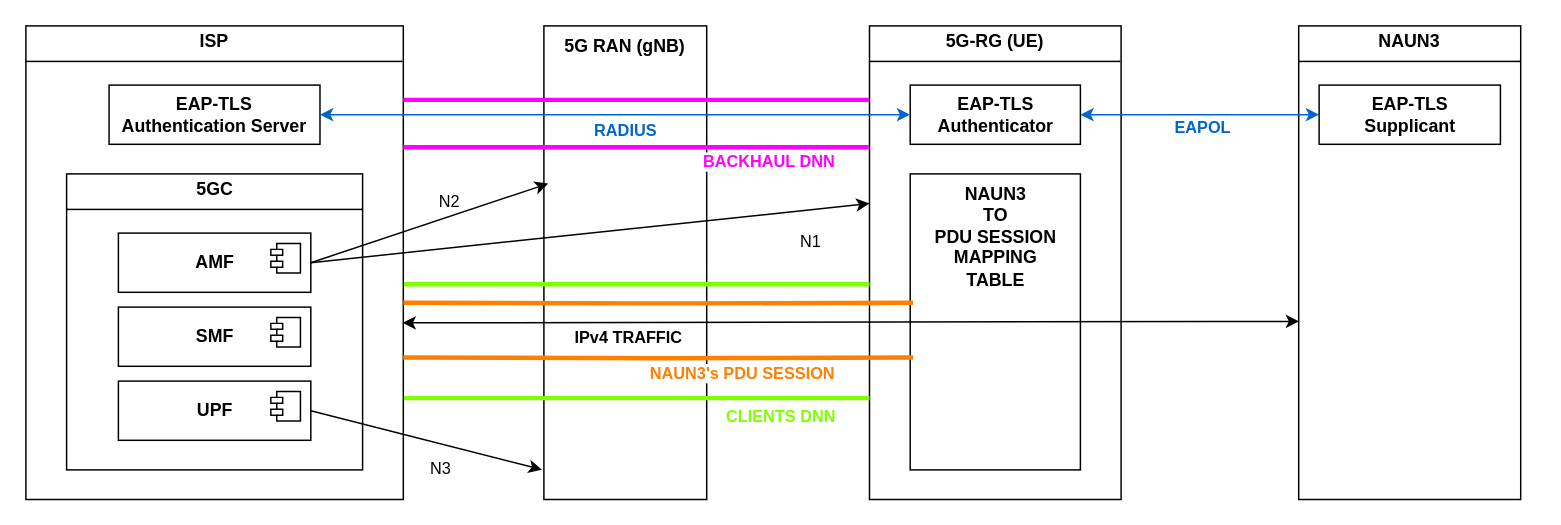
Before: page "General Topology" (1 of 4) of docs/5G Emulated Network/topology.drawio in davidjosearaujo/dissertation, a draw.io diagram. Source tidied: cells renumbered, new cells numbered last; positions are measured from the earlier drawing's top-left corner, leaving out a move shared by most shapes. Both pictures are drawn from the tidied source at 148%, with x=0, y=0 at pixel (25, 25).
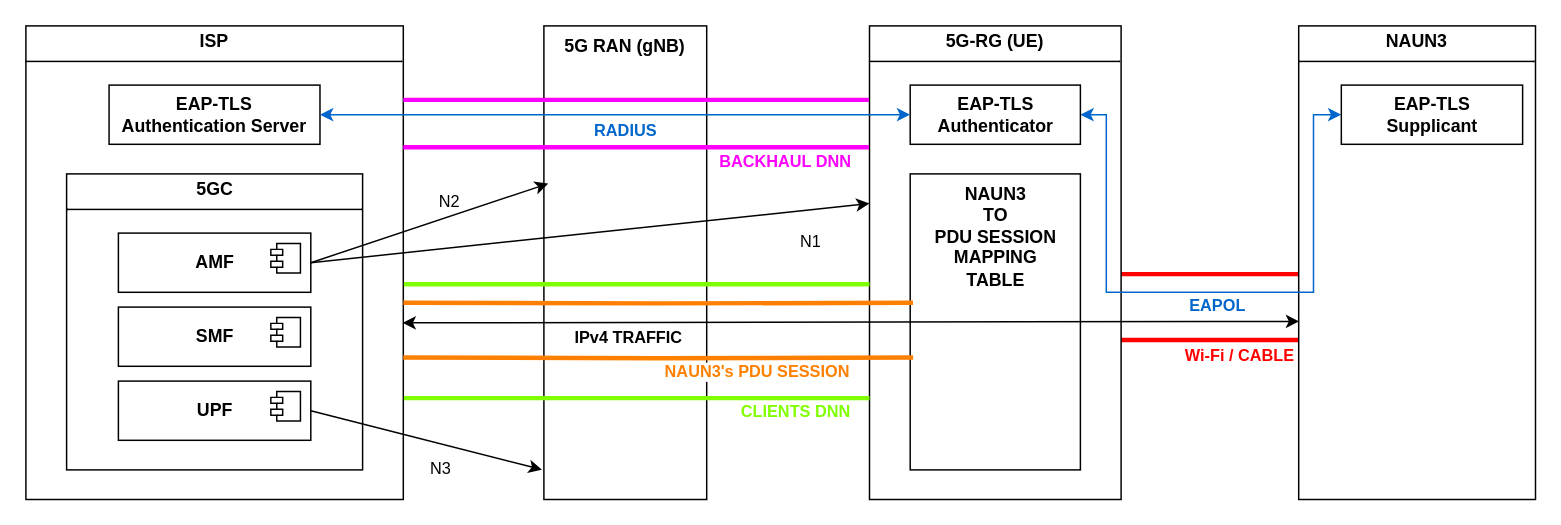
The same diagram, later.

The change refers to these unchanged cells:
```xml
<mxCell id="7" value="&lt;b&gt;EAP-TLS&lt;br&gt;Authenticator&lt;/b&gt;" style="html=1;whiteSpace=wrap;" parent="1" vertex="1">
  <mxGeometry x="597.5" y="40" width="115" height="40" as="geometry" />
</mxCell>
<mxCell id="24" style="edgeStyle=orthogonalEdgeStyle;shape=link;rounded=0;orthogonalLoop=1;jettySize=auto;html=1;exitX=0.995;exitY=0.624;exitDx=0;exitDy=0;entryX=-0.01;entryY=0.624;entryDx=0;entryDy=0;entryPerimeter=0;width=30;labelBackgroundColor=#E6E6E6;labelBorderColor=none;textShadow=0;strokeColor=#FF00FF;strokeWidth=3;exitPerimeter=0;" parent="1" edge="1">
  <mxGeometry relative="1" as="geometry">
    <mxPoint x="255" y="66" as="sourcePoint" />
    <mxPoint x="569.6" y="66" as="targetPoint" />
  </mxGeometry>
</mxCell>
<mxCell id="29" style="edgeStyle=orthogonalEdgeStyle;shape=link;rounded=0;orthogonalLoop=1;jettySize=auto;html=1;exitX=0.995;exitY=0.624;exitDx=0;exitDy=0;entryX=-0.01;entryY=0.624;entryDx=0;entryDy=0;entryPerimeter=0;width=75;labelBackgroundColor=#E6E6E6;labelBorderColor=none;textShadow=0;strokeColor=#80FF00;strokeWidth=3;exitPerimeter=0;" parent="1" edge="1">
  <mxGeometry relative="1" as="geometry">
    <mxPoint x="255.4" y="213" as="sourcePoint" />
    <mxPoint x="570" y="213" as="targetPoint" />
  </mxGeometry>
</mxCell>
<mxCell id="31" style="edgeStyle=orthogonalEdgeStyle;shape=link;rounded=0;jettySize=auto;html=1;exitX=0.995;exitY=0.651;exitDx=0;exitDy=0;entryX=0.017;entryY=0.528;entryDx=0;entryDy=0;entryPerimeter=0;width=35;labelBackgroundColor=#E6E6E6;labelBorderColor=none;textShadow=0;strokeColor=#FF8000;strokeWidth=3;exitPerimeter=0;" parent="1" edge="1" target="28">
  <mxGeometry relative="1" as="geometry">
    <mxPoint x="255" y="205.5" as="sourcePoint" />
  </mxGeometry>
</mxCell>
```

What changed in the source:
```diff
@@
+    <mxCell id="35" style="edgeStyle=orthogonalEdgeStyle;rounded=0;orthogonalLoop=1;jettySize=auto;html=1;exitX=1;exitY=0.5;exitDx=0;exitDy=0;entryX=0;entryY=0.5;entryDx=0;entryDy=0;shape=link;width=42.57142857142857;strokeWidth=3;strokeColor=#FF0000;" parent="1" edge="1">
+      <mxGeometry relative="1" as="geometry">
+        <mxPoint x="740" y="190" as="sourcePoint" />
+        <mxPoint x="860" y="190" as="targetPoint" />
+      </mxGeometry>
+    </mxCell>
+    <mxCell id="36" value="&lt;b&gt;&lt;font style=&quot;color: rgb(255, 0, 0);&quot;&gt;Wi-Fi / CABLE&lt;/font&gt;&lt;/b&gt;" style="edgeLabel;html=1;align=center;verticalAlign=middle;" parent="35" vertex="1">
+      <mxGeometry x="0.47" y="22" relative="1" as="geometry">
+        <mxPoint x="-9" y="54" as="offset" />
+      </mxGeometry>
+    </mxCell>
@@
     <mxCell id="4" value="&lt;p style=&quot;margin:0px;margin-top:4px;text-align:center;&quot;&gt;&lt;b&gt;NAUN3&lt;/b&gt;&lt;/p&gt;&lt;hr size=&quot;1&quot; style=&quot;border-style:solid;&quot;&gt;&lt;div style=&quot;height:2px;&quot;&gt;&lt;/div&gt;" style="verticalAlign=top;align=left;overflow=fill;html=1;whiteSpace=wrap;" parent="1" vertex="1">
-      <mxGeometry x="860" width="150" height="320" as="geometry" />
+      <mxGeometry x="860" width="160" height="320" as="geometry" />
     </mxCell>
     <mxCell id="5" style="edgeStyle=orthogonalEdgeStyle;rounded=0;jettySize=auto;html=1;exitX=1;exitY=0.5;exitDx=0;exitDy=0;entryX=0;entryY=0.5;entryDx=0;entryDy=0;startArrow=classic;startFill=1;strokeColor=#0066CC;" parent="1" edge="1" source="7" target="8">
-      <mxGeometry relative="1" as="geometry" />
+      <mxGeometry relative="1" as="geometry">
+        <Array as="points">
+          <mxPoint x="730" y="60" />
+          <mxPoint x="730" y="180" />
+          <mxPoint x="870" y="180" />
+          <mxPoint x="870" y="60" />
+        </Array>
+      </mxGeometry>
     </mxCell>
@@
     <mxCell id="8" value="&lt;b&gt;EAP-TLS&lt;br&gt;Supplicant&lt;/b&gt;" style="html=1;whiteSpace=wrap;" parent="1" vertex="1">
-      <mxGeometry x="873.8" y="40" width="122.5" height="40" as="geometry" />
+      <mxGeometry x="888.8" y="40" width="122.5" height="40" as="geometry" />
     </mxCell>
@@
     <mxCell id="25" value="&lt;b&gt;BACKHAUL DNN&lt;/b&gt;" style="edgeLabel;html=1;align=center;verticalAlign=middle;fontColor=#FF00FF;" parent="24" vertex="1">
       <mxGeometry x="0.66" y="17" relative="1" as="geometry">
-        <mxPoint x="-15" y="42" as="offset" />
+        <mxPoint x="-4" y="42" as="offset" />
       </mxGeometry>
     </mxCell>
@@
     <mxCell id="30" value="&lt;b&gt;CLIENTS DNN&lt;/b&gt;" style="edgeLabel;html=1;align=center;verticalAlign=middle;fontColor=#80FF00;" parent="29" vertex="1">
       <mxGeometry x="0.66" y="17" relative="1" as="geometry">
-        <mxPoint x="-7" y="67" as="offset" />
+        <mxPoint x="3" y="64" as="offset" />
       </mxGeometry>
     </mxCell>
@@
     <mxCell id="32" value="&lt;b&gt;NAUN3's PDU SESSION&lt;/b&gt;" style="edgeLabel;html=1;align=center;verticalAlign=middle;fontColor=#FF8000;" parent="31" vertex="1">
       <mxGeometry x="0.66" y="17" relative="1" as="geometry">
-        <mxPoint x="-57" y="46" as="offset" />
+        <mxPoint x="-47" y="45" as="offset" />
       </mxGeometry>
     </mxCell>
```
